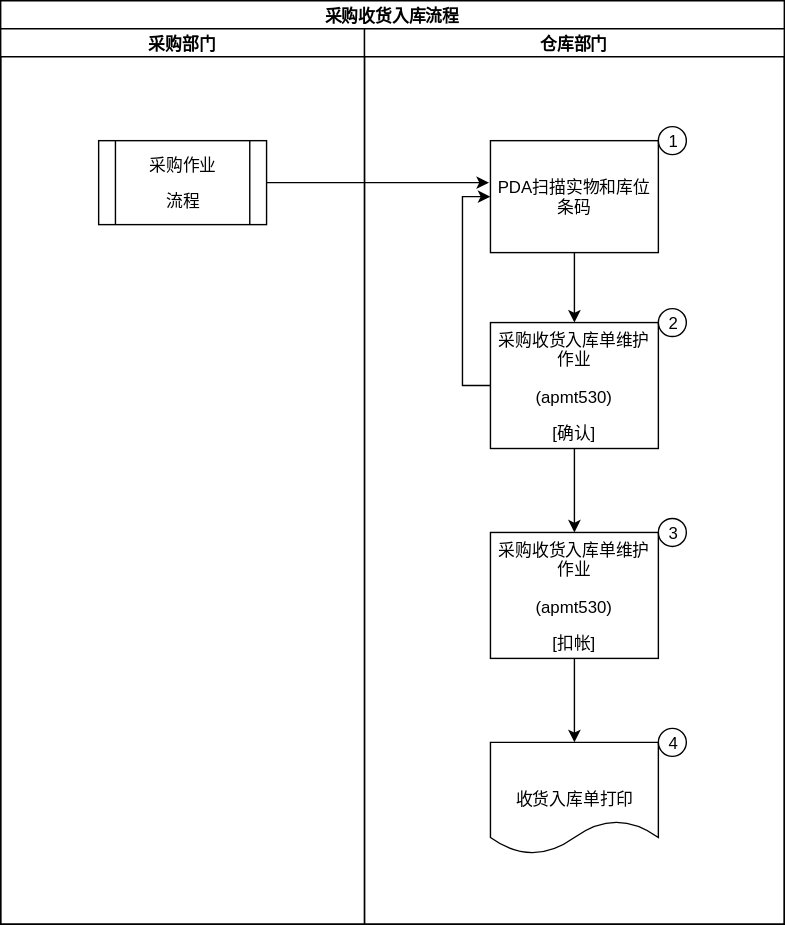
This is ver01/APM013.svg from ft2017/sop, a draw.io export, as it was before one commit. Source tidied: cells renumbered, new cells last; positions are measured from the earlier drawing's top-left corner, leaving out a move shared by most shapes.
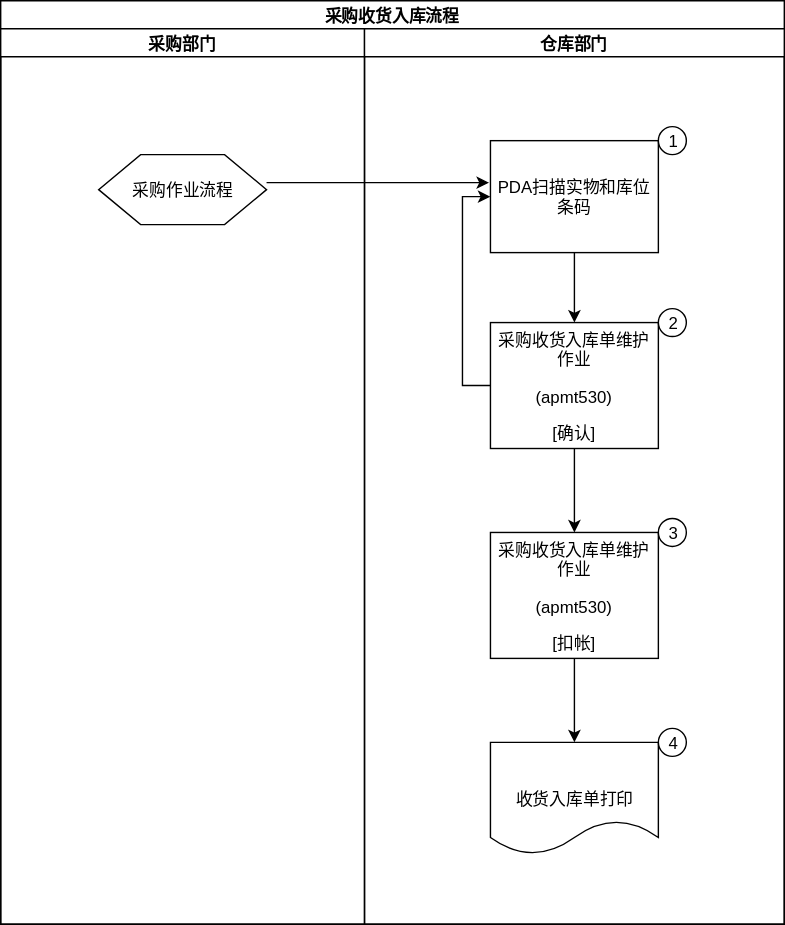
The same file after the commit.

Diff of the diagram source:
```diff
@@ -8,8 +8,8 @@
     <mxCell id="3" value="采购部门" style="swimlane;html=1;startSize=20;" parent="2" vertex="1">
       <mxGeometry y="20" width="260" height="640" as="geometry" />
     </mxCell>
-    <mxCell id="4" value="&lt;p align=&quot;center&quot;&gt;&lt;span&gt;采购作业&lt;/span&gt;&lt;/p&gt;&lt;p align=&quot;center&quot;&gt;&lt;span&gt;流程&lt;/span&gt;&lt;/p&gt;" style="shape=process;whiteSpace=wrap;html=1;align=center;" parent="3" vertex="1">
-      <mxGeometry x="70" y="80" width="120" height="60" as="geometry" />
+    <mxCell id="4" value="&lt;p align=&quot;center&quot;&gt;采购作业&lt;span&gt;流程&lt;/span&gt;&lt;/p&gt;" style="shape=hexagon;perimeter=hexagonPerimeter;whiteSpace=wrap;html=1;" parent="3" vertex="1">
+      <mxGeometry x="70" y="90" width="120" height="50" as="geometry" />
     </mxCell>
     <mxCell id="5" value="仓库部门" style="swimlane;html=1;startSize=20;" parent="2" vertex="1">
       <mxGeometry x="260" y="20" width="300" height="640" as="geometry" />
@@ -50,8 +50,10 @@
     <mxCell id="17" value="3" style="ellipse;whiteSpace=wrap;html=1;align=center;" parent="5" vertex="1">
       <mxGeometry x="210" y="350" width="20" height="20" as="geometry" />
     </mxCell>
-    <mxCell id="18" style="edgeStyle=orthogonalEdgeStyle;rounded=0;html=1;exitX=1;exitY=0.5;entryX=-0.006;entryY=0.375;entryPerimeter=0;jettySize=auto;" parent="2" edge="1" source="4" target="7">
-      <mxGeometry relative="1" as="geometry" />
+    <mxCell id="18" style="edgeStyle=orthogonalEdgeStyle;rounded=0;html=1;exitX=1;exitY=0.5;entryX=-0.006;entryY=0.375;entryPerimeter=0;jettySize=auto;" parent="2" edge="1" target="7">
+      <mxGeometry relative="1" as="geometry">
+        <mxPoint x="190" y="130" as="sourcePoint" />
+      </mxGeometry>
     </mxCell>
   </root>
 </mxGraphModel>
```
